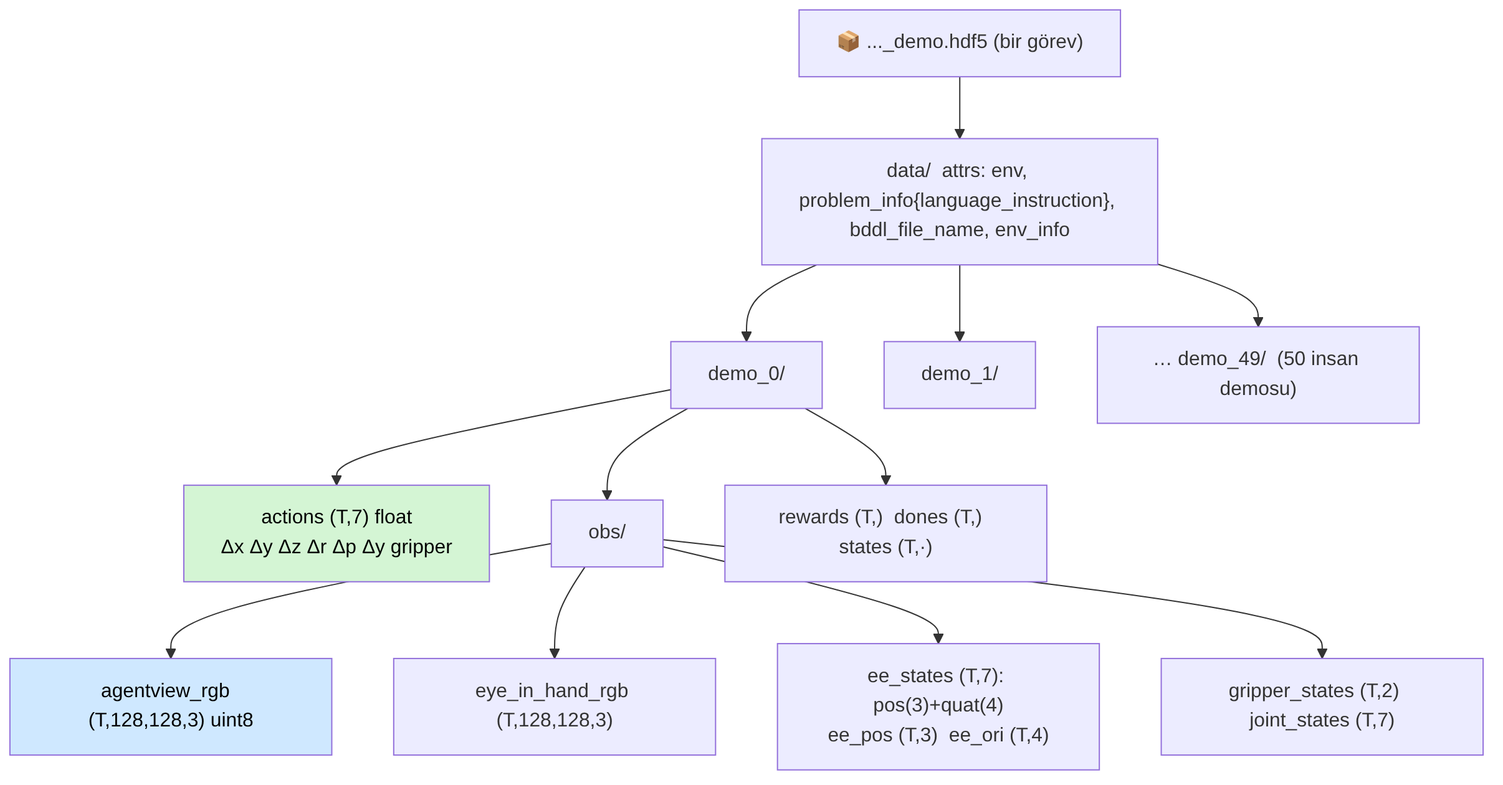
Earlier version of the Mermaid export lectures/images/lecture-11/01-hdf5-tree.png (mesutd0nmez/vla-robot-learning-tr). Its source is kept beside it as lectures/images/lecture-11/01-hdf5-tree.mmd. The source it was exported from:
```mermaid
flowchart TB
    F["📦 ..._demo.hdf5 (bir görev)"] --> D["data/  attrs: env, problem_info{language_instruction}, bddl_file_name, env_info"]
    D --> E0["demo_0/"]
    D --> E1["demo_1/"]
    D --> EN["… demo_49/  (50 insan demosu)"]
    E0 --> A["actions  (T,7) float<br/>Δx Δy Δz Δr Δp Δy gripper"]
    E0 --> O["obs/"]
    E0 --> R["rewards (T,)  dones (T,)  states (T,·)"]
    O --> O1["agentview_rgb  (T,128,128,3) uint8"]
    O --> O2["eye_in_hand_rgb (T,128,128,3)"]
    O --> O3["ee_states (T,7): pos(3)+quat(4)<br/>ee_pos (T,3)  ee_ori (T,4)"]
    O --> O4["gripper_states (T,2)   joint_states (T,7)"]
    style A fill:#d4f5d4,color:#000
    style O1 fill:#cfe8ff,color:#000
```
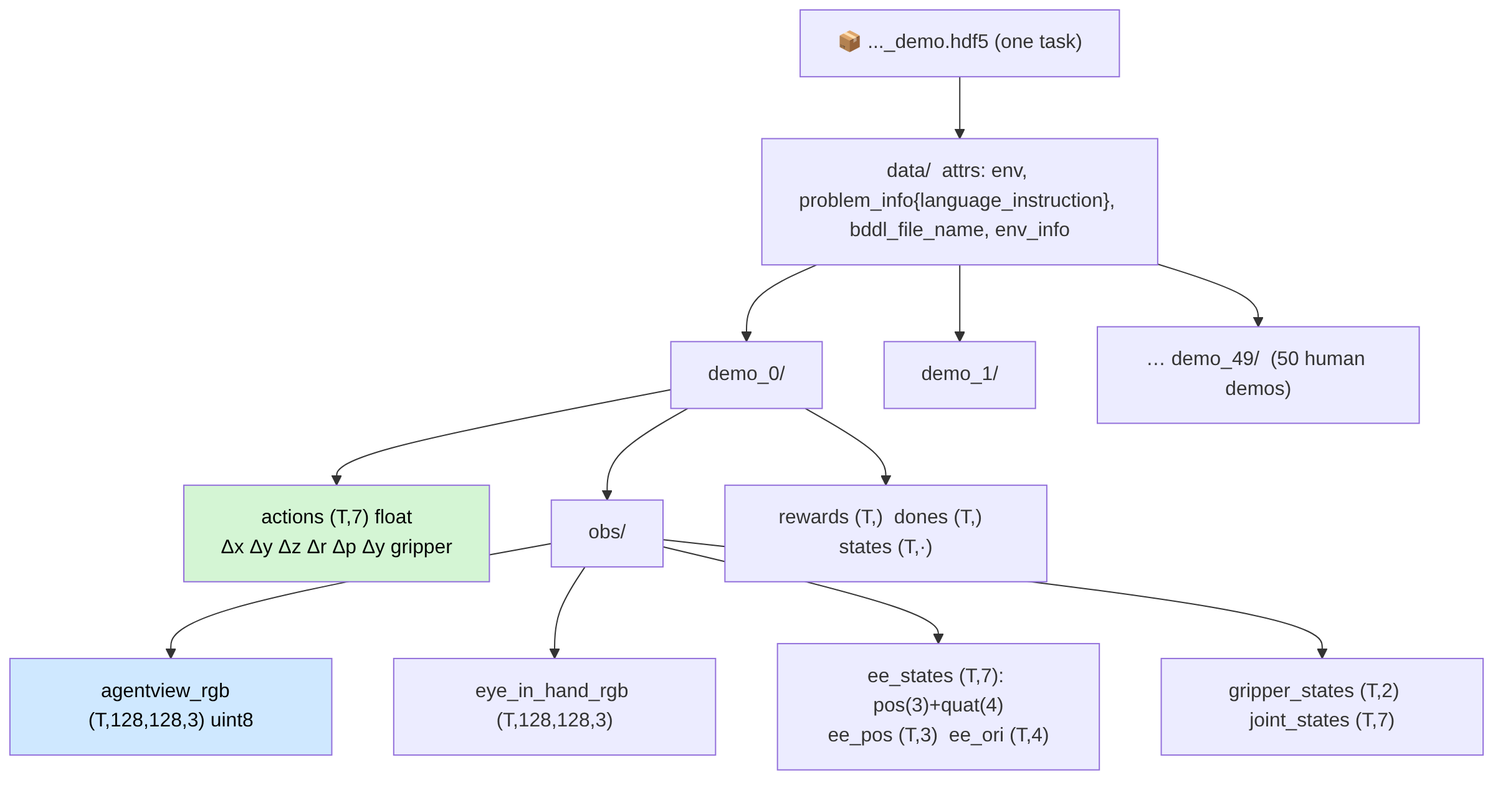
Later version of the same file.

Change to the diagram source:
```diff
@@ -1,8 +1,8 @@
 flowchart TB
-    F["📦 ..._demo.hdf5 (bir görev)"] --> D["data/  attrs: env, problem_info{language_instruction}, bddl_file_name, env_info"]
+    F["📦 ..._demo.hdf5 (one task)"] --> D["data/  attrs: env, problem_info{language_instruction}, bddl_file_name, env_info"]
     D --> E0["demo_0/"]
     D --> E1["demo_1/"]
-    D --> EN["… demo_49/  (50 insan demosu)"]
+    D --> EN["… demo_49/  (50 human demos)"]
     E0 --> A["actions  (T,7) float<br/>Δx Δy Δz Δr Δp Δy gripper"]
     E0 --> O["obs/"]
     E0 --> R["rewards (T,)  dones (T,)  states (T,·)"]
```
